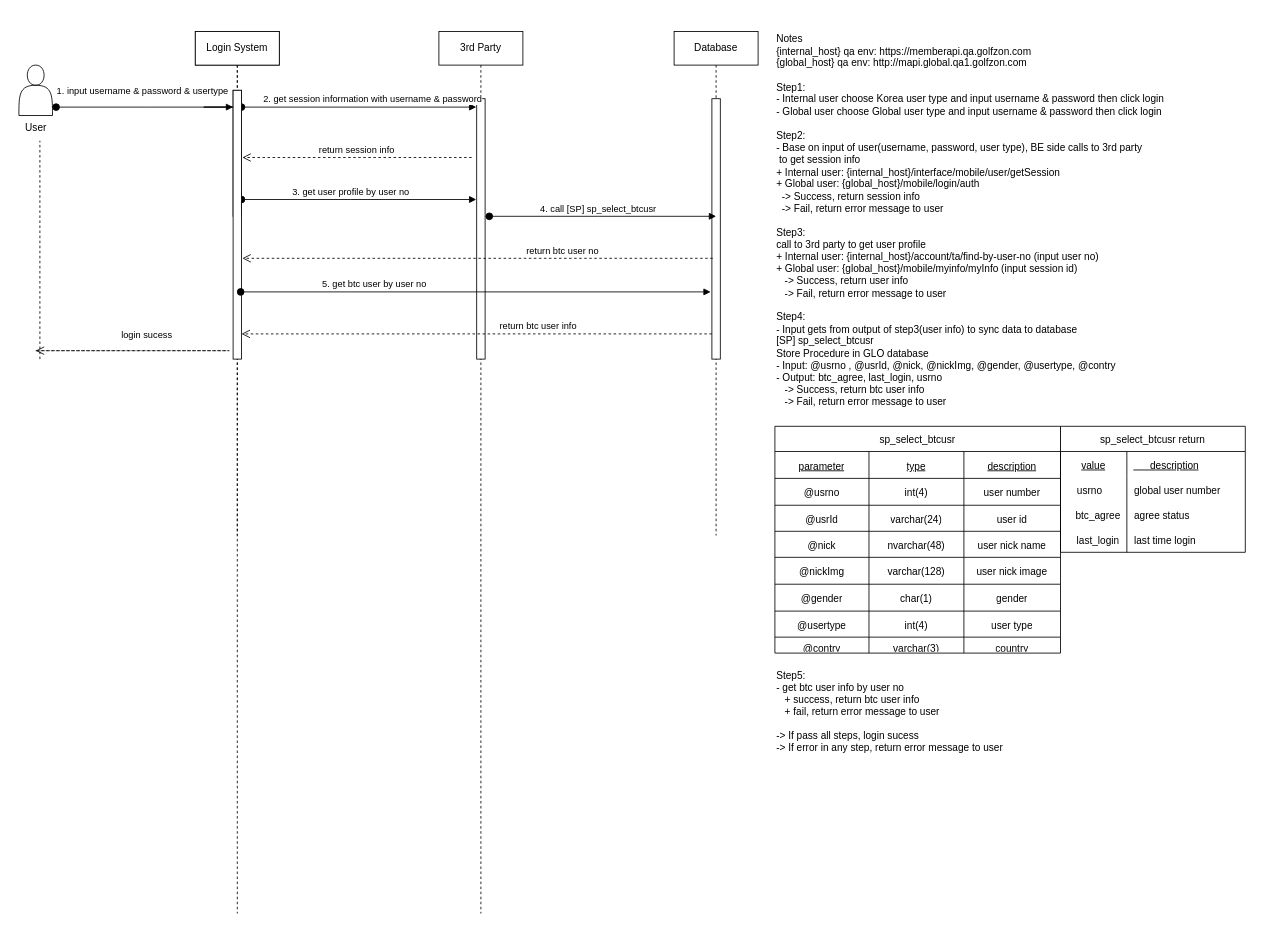
Above: Untitled Diagram.drawio in Vinsmoke998/big-file-handle (draw.io), before the change. Source tidied: cells renumbered, new cells numbered last; positions are measured from the earlier drawing's top-left corner, leaving out a move shared by most shapes. Both pictures are drawn from the tidied source at 84%, with x=0, y=0 at pixel (14, 14).
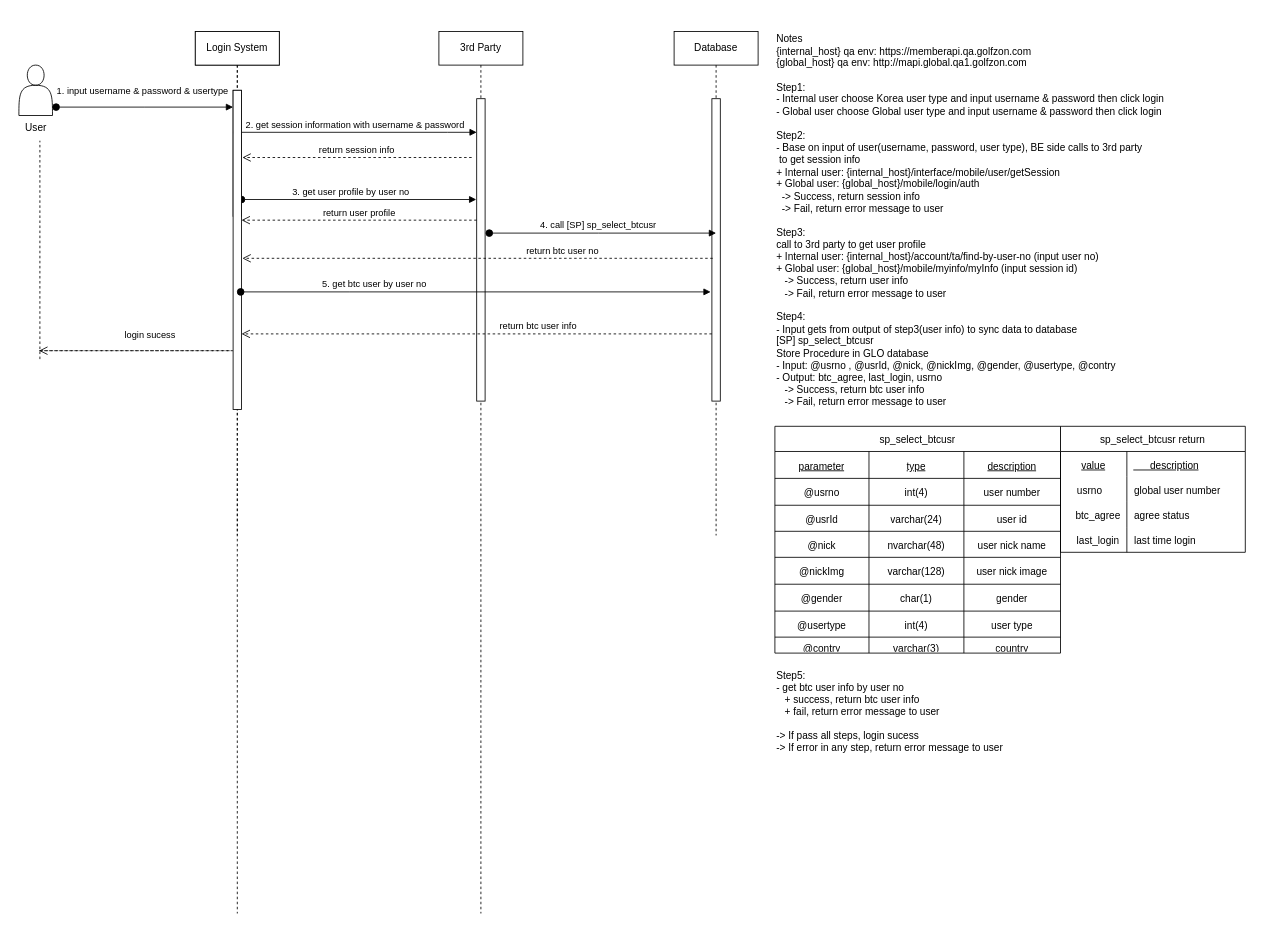
The same page after the edit.

Commit message:
global & internal .drawio

The change refers to these unchanged cells:
```xml
<mxCell id="4" value="3rd Party" style="shape=umlLifeline;perimeter=lifelinePerimeter;whiteSpace=wrap;html=1;newEdgeStyle={&quot;edgeStyle&quot;:&quot;elbowEdgeStyle&quot;,&quot;elbow&quot;:&quot;vertical&quot;,&quot;curved&quot;:0,&quot;rounded&quot;:0};" parent="1" vertex="1">
  <mxGeometry x="505" y="20" width="100" height="1050" as="geometry" />
</mxCell>
<mxCell id="6" value="Database" style="shape=umlLifeline;perimeter=lifelinePerimeter;whiteSpace=wrap;html=1;newEdgeStyle={&quot;edgeStyle&quot;:&quot;elbowEdgeStyle&quot;,&quot;elbow&quot;:&quot;vertical&quot;,&quot;curved&quot;:0,&quot;rounded&quot;:0};" parent="1" vertex="1">
  <mxGeometry x="785" y="20" width="100" height="600" as="geometry" />
</mxCell>
<mxCell id="14" value="Login System" style="shape=umlLifeline;perimeter=lifelinePerimeter;whiteSpace=wrap;html=1;outlineConnect=0;portConstraint=eastwest;newEdgeStyle={&quot;edgeStyle&quot;:&quot;elbowEdgeStyle&quot;,&quot;elbow&quot;:&quot;vertical&quot;,&quot;curved&quot;:0,&quot;rounded&quot;:0};" parent="1" vertex="1">
  <mxGeometry x="215" y="20" width="100" height="1050" as="geometry" />
</mxCell>
```

Change to the diagram source:
```diff
@@
     <mxCell id="5" style="html=1;points=[];perimeter=orthogonalPerimeter;outlineConnect=0;targetShapes=umlLifeline;portConstraint=eastwest;newEdgeStyle={&quot;edgeStyle&quot;:&quot;elbowEdgeStyle&quot;,&quot;elbow&quot;:&quot;vertical&quot;,&quot;curved&quot;:0,&quot;rounded&quot;:0};" parent="4" vertex="1">
-      <mxGeometry x="45" y="80" width="10" height="310" as="geometry" />
+      <mxGeometry x="45" y="80" width="10" height="360" as="geometry" />
     </mxCell>
@@
     <mxCell id="7" style="html=1;perimeter=orthogonalPerimeter;targetShapes=umlLifeline;newEdgeStyle={&quot;edgeStyle&quot;:&quot;elbowEdgeStyle&quot;,&quot;elbow&quot;:&quot;vertical&quot;,&quot;curved&quot;:0,&quot;rounded&quot;:0};" parent="6" vertex="1">
-      <mxGeometry x="45" y="80" width="10" height="310" as="geometry" />
+      <mxGeometry x="45" y="80" width="10" height="360" as="geometry" />
     </mxCell>
@@
-    <mxCell id="11" value="2. get session information with username &amp;amp; password" style="html=1;verticalAlign=bottom;startArrow=oval;endArrow=block;startSize=8;edgeStyle=elbowEdgeStyle;elbow=vertical;curved=0;rounded=0;exitX=0.659;exitY=0.029;exitDx=0;exitDy=0;exitPerimeter=0;" parent="1" edge="1">
-      <mxGeometry x="0.33" relative="1" as="geometry">
-        <mxPoint x="270" y="110" as="sourcePoint" />
-        <mxPoint x="549.5" y="110" as="targetPoint" />
+    <mxCell id="11" value="2. get session information with username &amp;amp; password" style="html=1;verticalAlign=bottom;startArrow=oval;endArrow=block;startSize=8;edgeStyle=elbowEdgeStyle;elbow=vertical;curved=0;rounded=0;" parent="1" edge="1" source="14" target="5">
+      <mxGeometry x="-0.02" relative="1" as="geometry">
         <Array as="points">
-          <mxPoint x="225" y="110" />
-          <mxPoint x="275.7" y="79.1" />
-          <mxPoint x="275.7" y="89.1" />
+          <mxPoint x="515" y="140" />
+          <mxPoint x="285" y="135" />
+          <mxPoint x="330.7" y="103.7" />
+          <mxPoint x="330.7" y="113.7" />
         </Array>
       </mxGeometry>
     </mxCell>
@@
     <mxCell id="15" style="html=1;perimeter=orthogonalPerimeter;targetShapes=umlLifeline;newEdgeStyle={&quot;edgeStyle&quot;:&quot;elbowEdgeStyle&quot;,&quot;elbow&quot;:&quot;vertical&quot;,&quot;curved&quot;:0,&quot;rounded&quot;:0};" parent="14" vertex="1">
-      <mxGeometry x="45" y="70" width="10" height="320" as="geometry" />
+      <mxGeometry x="45" y="70" width="10" height="380" as="geometry" />
     </mxCell>
     <mxCell id="16" value="4. call [SP] sp_select_btcusr&amp;nbsp;" style="html=1;verticalAlign=bottom;startArrow=oval;endArrow=block;startSize=8;edgeStyle=elbowEdgeStyle;elbow=vertical;curved=0;rounded=0;" parent="1" edge="1">
       <mxGeometry x="-0.03" relative="1" as="geometry">
-        <mxPoint x="565" y="240" as="sourcePoint" />
-        <mxPoint x="835" y="240" as="targetPoint" />
+        <mxPoint x="565" y="260" as="sourcePoint" />
+        <mxPoint x="835" y="260" as="targetPoint" />
         <Array as="points">
-          <mxPoint x="695" y="240" />
-          <mxPoint x="570.7" y="239.1" />
-          <mxPoint x="570.7" y="249.1" />
+          <mxPoint x="695" y="260" />
+          <mxPoint x="570.7" y="259.1" />
+          <mxPoint x="570.7" y="269.1" />
         </Array>
       </mxGeometry>
     </mxCell>
@@
     <mxCell id="21" value="login sucess" style="html=1;verticalAlign=bottom;endArrow=open;dashed=1;endSize=8;edgeStyle=elbowEdgeStyle;elbow=vertical;curved=0;rounded=0;" parent="1" edge="1">
       <mxGeometry x="0.43" y="-10" relative="1" as="geometry">
-        <mxPoint x="25" y="400" as="sourcePoint" />
-        <mxPoint x="25" y="400" as="targetPoint" />
+        <mxPoint x="29" y="400" as="sourcePoint" />
+        <mxPoint x="29" y="400" as="targetPoint" />
         <Array as="points">
-          <mxPoint x="255.4" y="400" />
+          <mxPoint x="259.4" y="400" />
         </Array>
       </mxGeometry>
     </mxCell>
@@
+    <mxCell id="77" value="return user profile" style="html=1;verticalAlign=bottom;endArrow=open;dashed=1;endSize=8;edgeStyle=elbowEdgeStyle;elbow=vertical;curved=0;rounded=0;" parent="1" edge="1" source="5">
+      <mxGeometry relative="1" as="geometry">
+        <mxPoint x="270" y="244.6" as="targetPoint" />
+        <Array as="points">
+          <mxPoint x="423" y="244.6" />
+        </Array>
+      </mxGeometry>
+    </mxCell>
```
